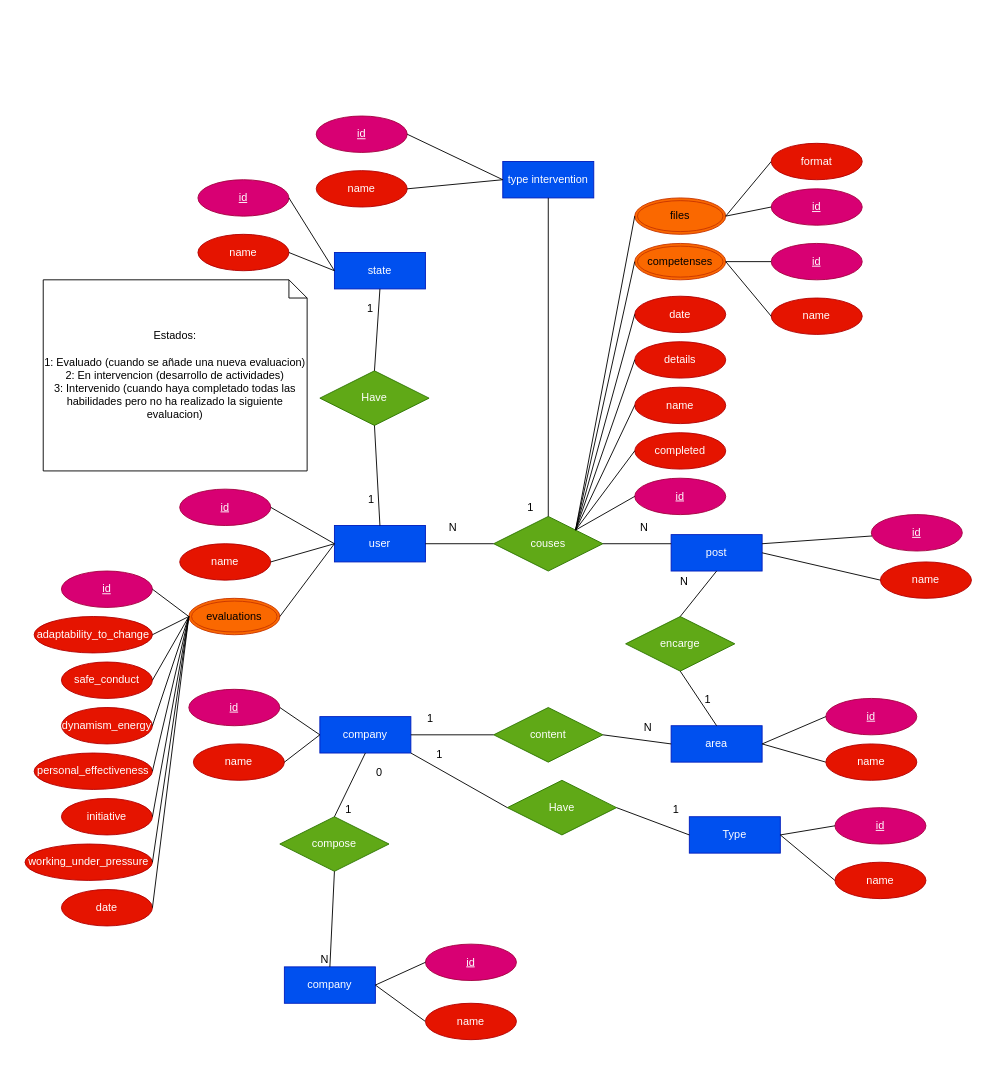
LosTraicionados/LosTraicionados-Backend keeps this draw.io diagram as theory/Base de datos.drawio. Above is the earlier version. Source tidied: cells renumbered, new cells numbered last; positions are measured from the earlier drawing's top-left corner, leaving out a move shared by most shapes. Both pictures are drawn from the tidied source at 91%, with x=0, y=0 at pixel (25, 116).
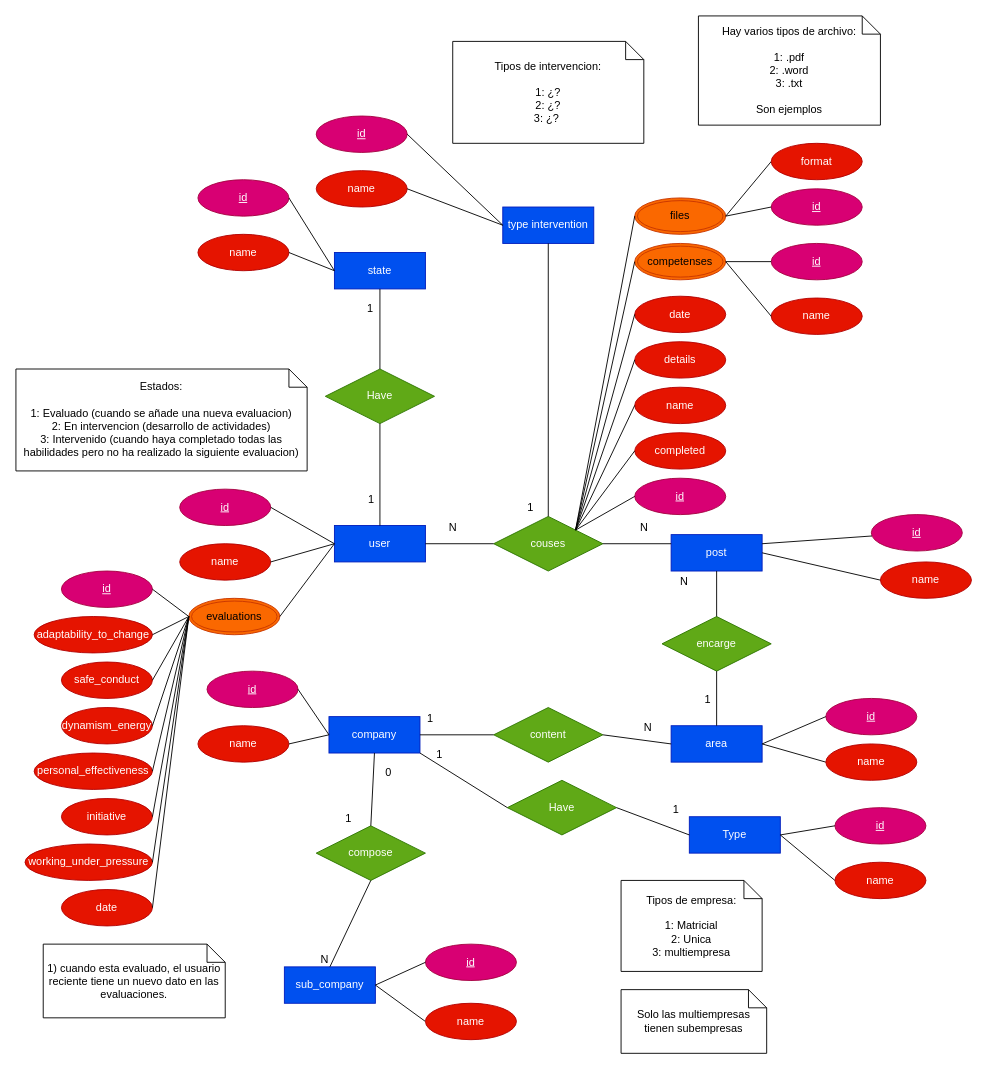
The same page after the edit.

Commit message (it also covers changes not shown here):
fix: added text on DB's ERModel

Diff of the diagram source:
```diff
@@
     <mxCell id="7" value="company" style="whiteSpace=wrap;html=1;align=center;fillColor=#0050ef;fontColor=#ffffff;strokeColor=#001DBC;" parent="1" vertex="1">
-      <mxGeometry x="324" y="660" width="100" height="40" as="geometry" />
+      <mxGeometry x="334" y="660" width="100" height="40" as="geometry" />
     </mxCell>
     <mxCell id="8" value="id" style="ellipse;whiteSpace=wrap;html=1;align=center;fontStyle=4;fillColor=#d80073;fontColor=#ffffff;strokeColor=#A50040;" parent="1" vertex="1">
-      <mxGeometry x="180" y="630" width="100" height="40" as="geometry" />
+      <mxGeometry x="200" y="610" width="100" height="40" as="geometry" />
     </mxCell>
@@
-    <mxCell id="18" value="company" style="whiteSpace=wrap;html=1;align=center;fillColor=#0050ef;fontColor=#ffffff;strokeColor=#001DBC;" parent="1" vertex="1">
+    <mxCell id="18" value="sub_company" style="whiteSpace=wrap;html=1;align=center;fillColor=#0050ef;fontColor=#ffffff;strokeColor=#001DBC;" parent="1" vertex="1">
       <mxGeometry x="285" y="935" width="100" height="40" as="geometry" />
     </mxCell>
@@
     <mxCell id="42" value="compose" style="shape=rhombus;perimeter=rhombusPerimeter;whiteSpace=wrap;html=1;align=center;fillColor=#60a917;fontColor=#ffffff;strokeColor=#2D7600;" parent="1" vertex="1">
-      <mxGeometry x="280" y="770" width="120" height="60" as="geometry" />
+      <mxGeometry x="320" y="780" width="120" height="60" as="geometry" />
     </mxCell>
@@
     <mxCell id="49" value="1" style="html=1;whiteSpace=wrap;align=right;verticalAlign=bottom;" parent="1" vertex="1">
-      <mxGeometry x="360" y="770" as="geometry" />
+      <mxGeometry x="360" y="780" as="geometry" />
     </mxCell>
     <mxCell id="50" value="name" style="ellipse;whiteSpace=wrap;html=1;align=center;fillColor=#e51400;fontColor=#ffffff;strokeColor=#B20000;" parent="1" vertex="1">
-      <mxGeometry x="185" y="690" width="100" height="40" as="geometry" />
+      <mxGeometry x="190" y="670" width="100" height="40" as="geometry" />
     </mxCell>
@@
     <mxCell id="54" value="encarge" style="shape=rhombus;perimeter=rhombusPerimeter;whiteSpace=wrap;html=1;align=center;fillColor=#60a917;fontColor=#ffffff;strokeColor=#2D7600;" parent="1" vertex="1">
-      <mxGeometry x="660" y="550" width="120" height="60" as="geometry" />
+      <mxGeometry x="700" y="550" width="120" height="60" as="geometry" />
     </mxCell>
@@
     <mxCell id="74" value="Estados:&lt;div&gt;&lt;br&gt;&lt;/div&gt;&lt;div&gt;1: Evaluado (cuando se añade una nueva evaluacion)&lt;/div&gt;&lt;div&gt;2: En intervencion (desarrollo de actividades)&lt;/div&gt;&lt;div&gt;3: Intervenido (cuando haya completado todas las habilidades pero no ha realizado la siguiente evaluacion)&lt;/div&gt;" style="shape=note;size=20;whiteSpace=wrap;html=1;" parent="1" vertex="1">
-      <mxGeometry x="20" y="180" width="290" height="210" as="geometry" />
+      <mxGeometry x="-10" y="278" width="320" height="112" as="geometry" />
     </mxCell>
@@
     <mxCell id="76" value="Have" style="shape=rhombus;perimeter=rhombusPerimeter;whiteSpace=wrap;html=1;align=center;fillColor=#60a917;fontColor=#ffffff;strokeColor=#2D7600;" parent="1" vertex="1">
-      <mxGeometry x="324" y="280" width="120" height="60" as="geometry" />
+      <mxGeometry x="330" y="278" width="120" height="60" as="geometry" />
     </mxCell>
@@
     <mxCell id="92" value="type intervention" style="whiteSpace=wrap;html=1;align=center;fillColor=#0050ef;fontColor=#ffffff;strokeColor=#001DBC;" parent="1" vertex="1">
-      <mxGeometry x="525" y="50" width="100" height="40" as="geometry" />
+      <mxGeometry x="525" y="100" width="100" height="40" as="geometry" />
     </mxCell>
@@
+    <mxCell id="116" value="Tipos de empresa:&lt;div&gt;&lt;br&gt;&lt;/div&gt;&lt;div&gt;1: Matricial&lt;/div&gt;&lt;div&gt;2: Unica&lt;/div&gt;&lt;div&gt;3: multiempresa&lt;/div&gt;" style="shape=note;size=20;whiteSpace=wrap;html=1;" parent="1" vertex="1">
+      <mxGeometry x="655" y="840" width="155" height="100" as="geometry" />
+    </mxCell>
+    <mxCell id="117" value="Tipos de intervencion:&lt;div&gt;&lt;br&gt;&lt;/div&gt;&lt;div&gt;1: ¿?&lt;/div&gt;&lt;div&gt;2: ¿?&lt;/div&gt;&lt;div&gt;3: ¿?&amp;nbsp;&lt;/div&gt;" style="shape=note;size=20;whiteSpace=wrap;html=1;" parent="1" vertex="1">
+      <mxGeometry x="470" y="-82" width="210" height="112" as="geometry" />
+    </mxCell>
+    <mxCell id="118" value="Hay varios tipos de archivo:&lt;div&gt;&lt;br&gt;&lt;/div&gt;&lt;div&gt;1: .pdf&lt;/div&gt;&lt;div&gt;2: .word&lt;/div&gt;&lt;div&gt;3: .txt&lt;/div&gt;&lt;div&gt;&lt;br&gt;&lt;/div&gt;&lt;div&gt;Son ejemplos&lt;/div&gt;" style="shape=note;size=20;whiteSpace=wrap;html=1;" parent="1" vertex="1">
+      <mxGeometry x="740" y="-110" width="200" height="120" as="geometry" />
+    </mxCell>
+    <mxCell id="119" value="1) cuando esta evaluado, el usuario reciente tiene un nuevo dato en las evaluaciones." style="shape=note;size=20;whiteSpace=wrap;html=1;" parent="1" vertex="1">
+      <mxGeometry x="20" y="910" width="200" height="81" as="geometry" />
+    </mxCell>
+    <mxCell id="120" value="Solo las multiempresas tienen subempresas" style="shape=note;size=20;whiteSpace=wrap;html=1;" parent="1" vertex="1">
+      <mxGeometry x="655" y="960" width="160" height="70" as="geometry" />
+    </mxCell>
```
